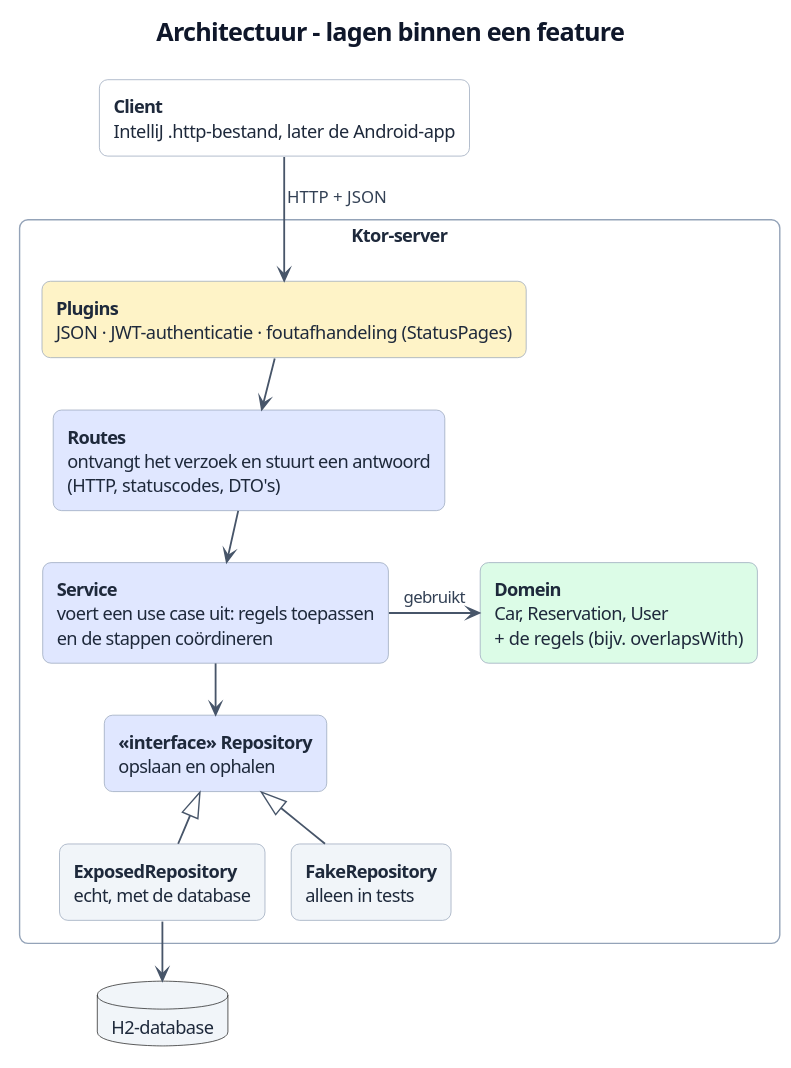
The PlantUML diagram docs/images/architecture.svg in ThimoHarte/RentMyCar, before a commit.
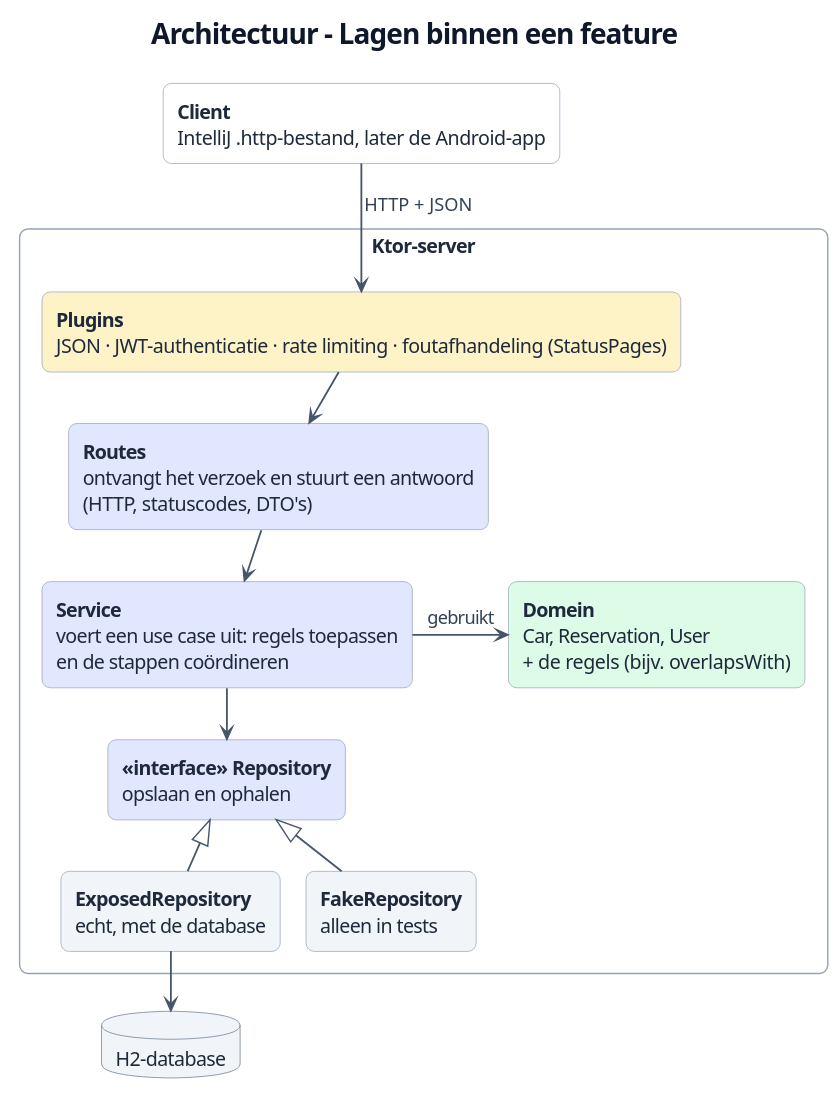
The same file after the commit.

Change to the diagram source:
```diff
@@ -1,8 +1,7 @@
 @startuml
-!pragma layout smetana
 !include style.iuml
 
-title Architectuur - lagen binnen een feature
+title Architectuur - Lagen binnen een feature
 
 skinparam linetype polyline
 skinparam componentStyle rectangle
@@ -10,7 +9,7 @@
 rectangle "<b>Client</b>\nIntelliJ .http-bestand, later de Android-app" as client #FFFFFF
 
 rectangle "<b>Ktor-server</b>" {
-  rectangle "<b>Plugins</b>\nJSON · JWT-authenticatie · foutafhandeling (StatusPages)" as plugins #FEF3C7
+  rectangle "<b>Plugins</b>\nJSON · JWT-authenticatie · rate limiting · foutafhandeling (StatusPages)" as plugins #FEF3C7
 
   rectangle "<b>Routes</b>\nontvangt het verzoek en stuurt een antwoord\n(HTTP, statuscodes, DTO's)" as routes #E0E7FF
   rectangle "<b>Service</b>\nvoert een use case uit: regels toepassen\nen de stappen coördineren" as service #E0E7FF
```
